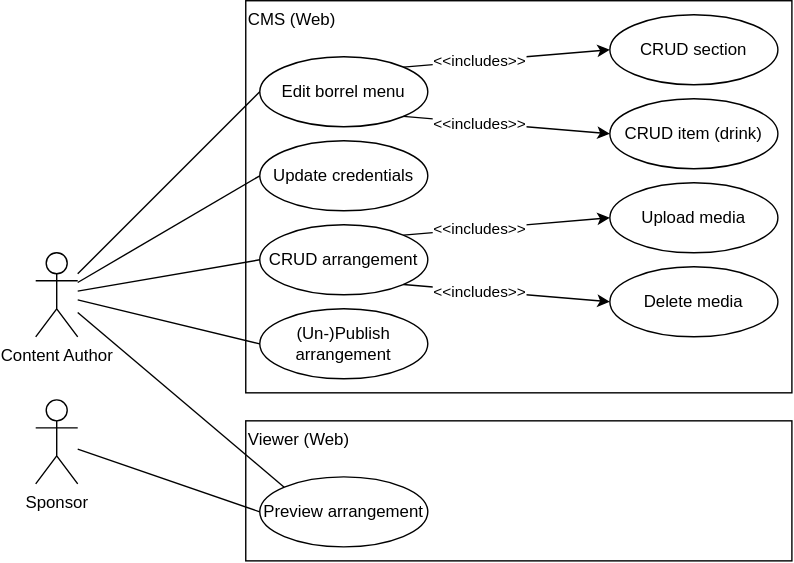
Above: docs/use-case_cms.drawio.svg in StudieverenigingSTORM/StoKa-TV (draw.io), before the change. Source tidied: cells renumbered, new cells last; positions are measured from the earlier drawing's top-left corner, leaving out a move shared by most shapes.
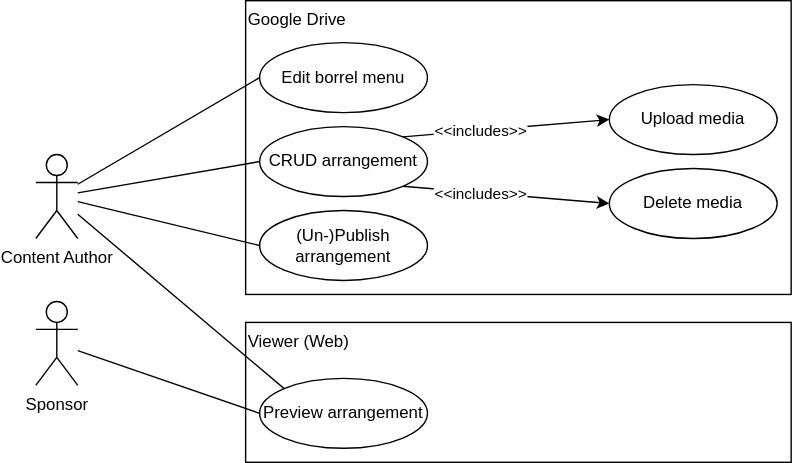
The same file after the commit.

What changed in the source:
```diff
@@ -2,8 +2,8 @@
   <root>
     <mxCell id="0" />
     <mxCell id="1" parent="0" />
-    <mxCell id="2" value="CMS (Web)" style="rounded=0;whiteSpace=wrap;html=1;fontFamily=Helvetica;fontSize=12;align=left;verticalAlign=top;fillColor=none;fontColor=#000000;strokeColor=#000000;" parent="1" vertex="1">
-      <mxGeometry x="150" width="390" height="280" as="geometry" />
+    <mxCell id="2" value="Google Drive" style="rounded=0;whiteSpace=wrap;html=1;fontFamily=Helvetica;fontSize=12;align=left;verticalAlign=top;fillColor=none;fontColor=#000000;strokeColor=#000000;" parent="1" vertex="1">
+      <mxGeometry x="150" y="70" width="390" height="210" as="geometry" />
     </mxCell>
     <mxCell id="3" value="Sponsor" style="shape=umlActor;verticalLabelPosition=bottom;verticalAlign=top;html=1;outlineConnect=0;fillColor=none;fontColor=#000000;rounded=0;strokeColor=#000000;" parent="1" vertex="1">
       <mxGeometry y="285" width="30" height="60" as="geometry" />
@@ -20,30 +20,12 @@
     <mxCell id="7" value="Content Author" style="shape=umlActor;verticalLabelPosition=bottom;verticalAlign=top;html=1;outlineConnect=0;fillColor=none;fontColor=#000000;rounded=0;strokeColor=#000000;" parent="1" vertex="1">
       <mxGeometry y="180" width="30" height="60" as="geometry" />
     </mxCell>
-    <mxCell id="8" style="edgeStyle=none;html=1;exitX=1;exitY=0;exitDx=0;exitDy=0;entryX=0;entryY=0.5;entryDx=0;entryDy=0;fontColor=#f0f0f0;strokeColor=#000000;rounded=0;" parent="1" edge="1" source="10" target="12">
-      <mxGeometry relative="1" as="geometry" />
-    </mxCell>
-    <mxCell id="9" value="&amp;lt;&amp;lt;includes&amp;gt;&amp;gt;" style="edgeLabel;html=1;align=center;verticalAlign=middle;fontColor=#000000;labelBackgroundColor=#FFFFFF;" parent="8" vertex="1">
-      <mxGeometry x="-0.26" relative="1" as="geometry" />
-    </mxCell>
     <mxCell id="10" value="&lt;font color=&quot;#000000&quot;&gt;Edit borrel menu&lt;/font&gt;" style="ellipse;whiteSpace=wrap;html=1;align=center;verticalAlign=middle;rounded=0;strokeColor=#000000;fillColor=none;" parent="1" vertex="1">
-      <mxGeometry x="160" y="40" width="120" height="50" as="geometry" />
+      <mxGeometry x="160" y="100" width="120" height="50" as="geometry" />
     </mxCell>
     <mxCell id="11" value="&lt;font color=&quot;#000000&quot;&gt;Upload media&lt;/font&gt;" style="ellipse;whiteSpace=wrap;html=1;align=center;verticalAlign=middle;rounded=0;strokeColor=#000000;fillColor=none;" parent="1" vertex="1">
       <mxGeometry x="410" y="130" width="120" height="50" as="geometry" />
     </mxCell>
-    <mxCell id="12" value="&lt;font color=&quot;#000000&quot;&gt;CRUD section&lt;/font&gt;" style="ellipse;whiteSpace=wrap;html=1;align=center;verticalAlign=middle;rounded=0;strokeColor=#000000;fillColor=none;" parent="1" vertex="1">
-      <mxGeometry x="410" y="10" width="120" height="50" as="geometry" />
-    </mxCell>
-    <mxCell id="13" value="&lt;font color=&quot;#000000&quot;&gt;CRUD item (drink)&lt;/font&gt;" style="ellipse;whiteSpace=wrap;html=1;align=center;verticalAlign=middle;rounded=0;strokeColor=#000000;fillColor=none;" parent="1" vertex="1">
-      <mxGeometry x="410" y="70" width="120" height="50" as="geometry" />
-    </mxCell>
-    <mxCell id="14" style="edgeStyle=none;html=1;exitX=1;exitY=1;exitDx=0;exitDy=0;entryX=0;entryY=0.5;entryDx=0;entryDy=0;fontColor=#f0f0f0;strokeColor=#000000;rounded=0;" parent="1" edge="1" source="10" target="13">
-      <mxGeometry relative="1" as="geometry" />
-    </mxCell>
-    <mxCell id="15" value="&amp;lt;&amp;lt;includes&amp;gt;&amp;gt;" style="edgeLabel;html=1;align=center;verticalAlign=middle;fontColor=#000000;labelBackgroundColor=#FFFFFF;" parent="14" vertex="1">
-      <mxGeometry x="-0.26" relative="1" as="geometry" />
-    </mxCell>
     <mxCell id="16" style="endArrow=none;html=1;rounded=0;fontColor=#000000;fontSize=12;verticalAlign=middle;strokeColor=#000000;entryX=0;entryY=0.5;entryDx=0;entryDy=0;" parent="1" edge="1" source="7" target="10">
       <mxGeometry relative="1" as="geometry" />
     </mxCell>
@@ -65,12 +47,6 @@
     <mxCell id="22" style="endArrow=none;html=1;rounded=0;fontColor=#000000;fontSize=12;verticalAlign=middle;strokeColor=#000000;exitX=0;exitY=0.5;exitDx=0;exitDy=0;" parent="1" edge="1" source="21" target="7">
       <mxGeometry relative="1" as="geometry" />
     </mxCell>
-    <mxCell id="23" value="&lt;font color=&quot;#000000&quot;&gt;Update credentials&lt;/font&gt;" style="ellipse;whiteSpace=wrap;html=1;align=center;verticalAlign=middle;rounded=0;strokeColor=#000000;fillColor=none;" parent="1" vertex="1">
-      <mxGeometry x="160" y="100" width="120" height="50" as="geometry" />
-    </mxCell>
-    <mxCell id="24" style="endArrow=none;html=1;rounded=0;fontColor=#000000;fontSize=12;verticalAlign=middle;strokeColor=#000000;exitX=0;exitY=0.5;exitDx=0;exitDy=0;" parent="1" edge="1" source="23" target="7">
-      <mxGeometry relative="1" as="geometry" />
-    </mxCell>
     <mxCell id="25" style="edgeStyle=none;html=1;entryX=0;entryY=0.5;entryDx=0;entryDy=0;fontColor=#f0f0f0;strokeColor=#000000;rounded=0;exitX=1;exitY=1;exitDx=0;exitDy=0;" parent="1" edge="1" source="18" target="20">
       <mxGeometry relative="1" as="geometry" />
     </mxCell>
```
